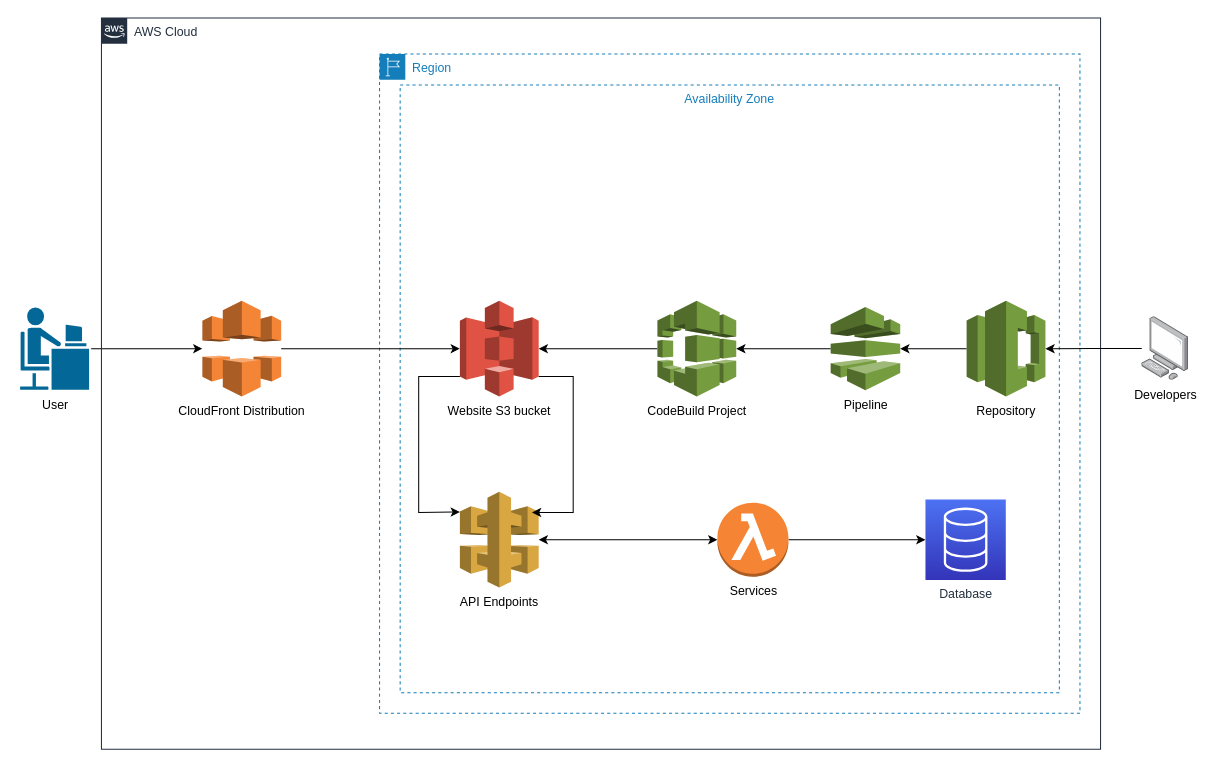
Above: POC_CoE_Heroes.drawio in gmendozas/Various (draw.io), before the change. Source tidied: cells renumbered, new cells numbered last; positions are measured from the earlier drawing's top-left corner, leaving out a move shared by most shapes. Both pictures are drawn from the tidied source at 103%, with x=0, y=0 at pixel (19, 18).
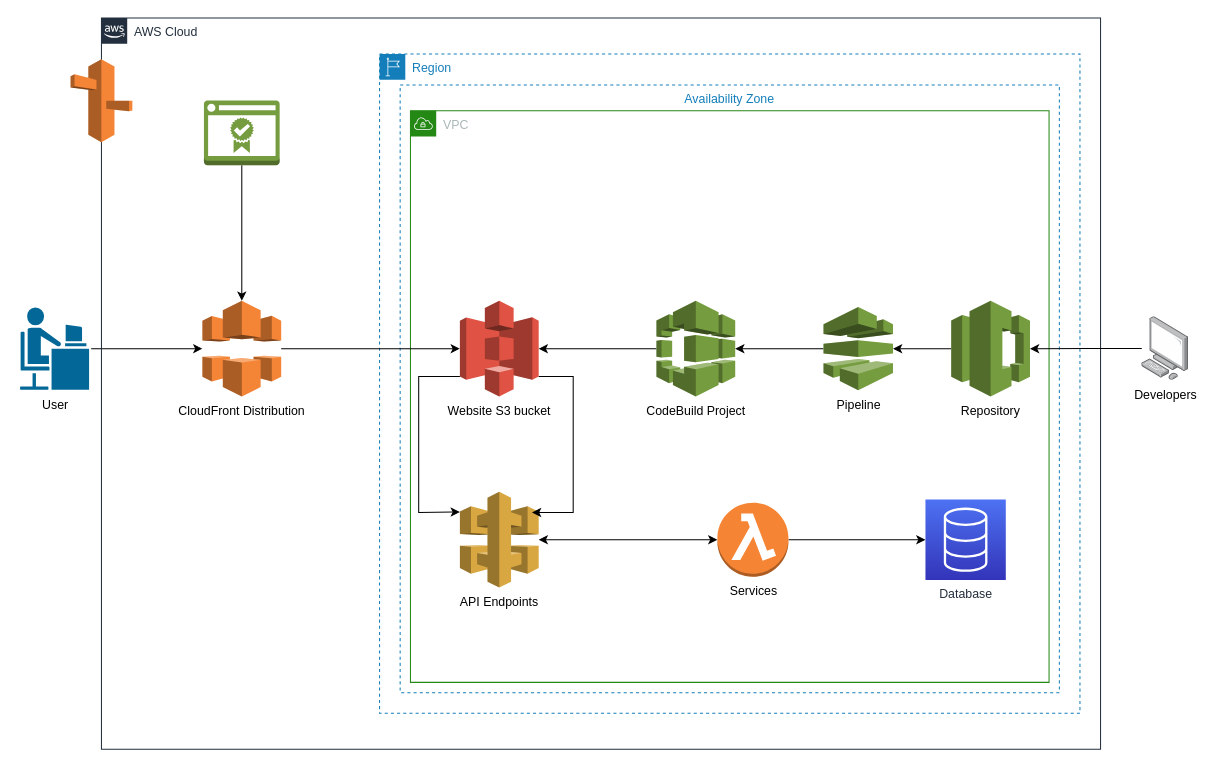
The same diagram, later.

Unchanged cells that the change refers to:
```xml
<mxCell id="4" value="AWS Cloud" style="gradientColor=none;html=1;whiteSpace=wrap;fontSize=12;fontStyle=0;shape=mxgraph.aws4.group;grIcon=mxgraph.aws4.group_aws_cloud_alt;strokeColor=#232F3E;fillColor=none;verticalAlign=top;align=left;spacingLeft=30;fontColor=#232F3E;dashed=0;" parent="1" vertex="1">
  <mxGeometry x="80" width="970" height="710" as="geometry" />
</mxCell>
<mxCell id="5" value="Region" style="gradientColor=none;html=1;whiteSpace=wrap;fontSize=12;fontStyle=0;shape=mxgraph.aws4.group;grIcon=mxgraph.aws4.group_region;strokeColor=#147EBA;fillColor=none;verticalAlign=top;align=left;spacingLeft=30;fontColor=#147EBA;dashed=1;" parent="4" vertex="1">
  <mxGeometry x="270" y="35" width="680" height="640" as="geometry" />
</mxCell>
<mxCell id="22" value="CloudFront Distribution" style="outlineConnect=0;dashed=0;verticalLabelPosition=bottom;verticalAlign=top;align=center;html=1;shape=mxgraph.aws3.cloudfront;fillColor=#F58536;gradientColor=none;" parent="4" vertex="1">
  <mxGeometry x="98" y="274.5" width="76.5" height="93" as="geometry" />
</mxCell>
```

Change to the diagram source:
```diff
@@
     <mxCell id="15" value="CodeBuild Project" style="outlineConnect=0;dashed=0;verticalLabelPosition=bottom;verticalAlign=top;align=center;html=1;shape=mxgraph.aws3.codebuild;fillColor=#759C3E;gradientColor=none;" parent="5" vertex="1">
-      <mxGeometry x="269.8" y="239.5" width="76.5" height="93" as="geometry" />
+      <mxGeometry x="268.8" y="239.5" width="76.5" height="93" as="geometry" />
     </mxCell>
@@
     <mxCell id="17" value="Pipeline" style="outlineConnect=0;dashed=0;verticalLabelPosition=bottom;verticalAlign=top;align=center;html=1;shape=mxgraph.aws3.codepipeline;fillColor=#759C3E;gradientColor=none;" parent="5" vertex="1">
-      <mxGeometry x="438" y="245.5" width="67.5" height="81" as="geometry" />
+      <mxGeometry x="431" y="245.5" width="67.5" height="81" as="geometry" />
     </mxCell>
@@
     <mxCell id="19" value="Repository" style="outlineConnect=0;dashed=0;verticalLabelPosition=bottom;verticalAlign=top;align=center;html=1;shape=mxgraph.aws3.codecommit;fillColor=#759C3E;gradientColor=none;" parent="5" vertex="1">
-      <mxGeometry x="570" y="239.5" width="76.5" height="93" as="geometry" />
+      <mxGeometry x="555" y="239.5" width="76.5" height="93" as="geometry" />
     </mxCell>
@@
+    <mxCell id="25" value="VPC" style="gradientColor=none;html=1;whiteSpace=wrap;fontSize=12;fontStyle=0;shape=mxgraph.aws4.group;grIcon=mxgraph.aws4.group_vpc;strokeColor=#248814;fillColor=none;verticalAlign=top;align=left;spacingLeft=30;fontColor=#AAB7B8;dashed=0;" parent="5" vertex="1">
+      <mxGeometry x="30" y="55" width="620" height="555" as="geometry" />
+    </mxCell>
@@
+    <mxCell id="26" style="edgeStyle=orthogonalEdgeStyle;rounded=0;jettySize=auto;html=1;" parent="4" edge="1" source="27" target="22">
+      <mxGeometry relative="1" as="geometry" />
+    </mxCell>
+    <mxCell id="27" style="outlineConnect=0;dashed=0;verticalLabelPosition=bottom;verticalAlign=top;align=center;html=1;shape=mxgraph.aws3.certificate_manager_2;fillColor=#759C3E;gradientColor=none;" parent="4" vertex="1">
+      <mxGeometry x="99.5" y="80" width="73.5" height="63" as="geometry" />
+    </mxCell>
@@
+    <mxCell id="28" style="dashed=0;verticalLabelPosition=bottom;verticalAlign=top;align=center;html=1;shape=mxgraph.aws3.route_53;fillColor=#F58536;gradientColor=none;" parent="1" vertex="1">
+      <mxGeometry x="50" y="40" width="60" height="80.5" as="geometry" />
+    </mxCell>
```
